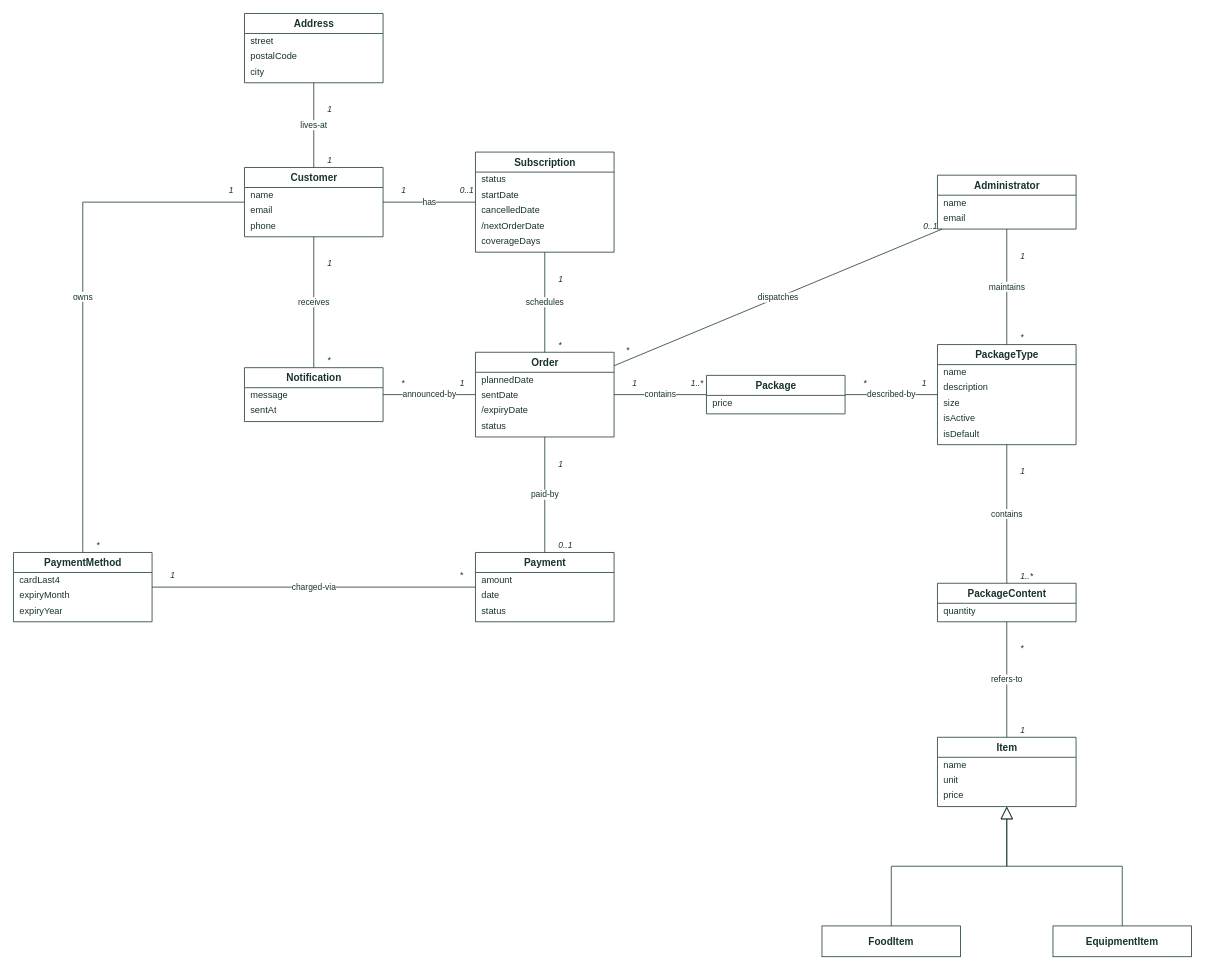
This is page "Domain model" (1 of 3) of docs/assets/drawio/domain-model.drawio from Mosekjaer/prepmeup, a draw.io file, before an edit. Source tidied: cells renumbered, new cells numbered last; positions are measured from the earlier drawing's top-left corner, leaving out a move shared by most shapes. Both pictures are drawn from the tidied source at 77%, with x=0, y=0 at pixel (13, 13).
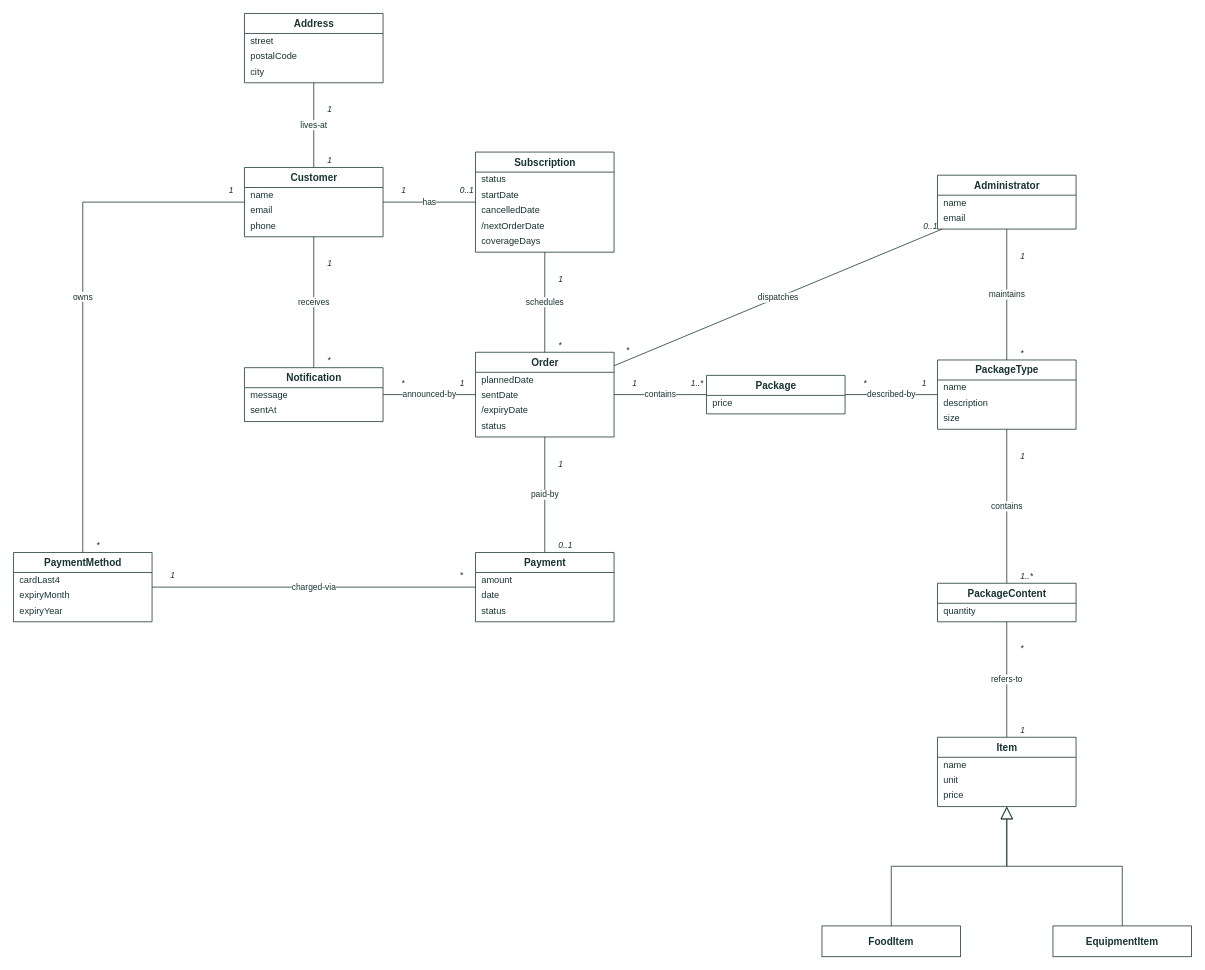
The same diagram, later.

Commit message (it also covers changes not shown here):
docs: drop isDefault and isActive from package types and items

A changed package type is created as a new package type instead of being deactivated. FR-15 is reworded to match.

The edit, as a diff of the source:
```diff
@@
     <mxCell id="29" value="PackageType" style="swimlane;fontStyle=1;horizontal=1;startSize=26;fillColor=#FFFFFF;swimlaneFillColor=#FFFFFF;strokeColor=#173330;fontColor=#173330;fontSize=13;html=1;" parent="1" vertex="1">
-      <mxGeometry x="1200" y="430" width="180" height="130" as="geometry" />
+      <mxGeometry x="1200" y="450" width="180" height="90" as="geometry" />
     </mxCell>
@@
-    <mxCell id="33" value="isActive" style="text;strokeColor=none;fillColor=none;align=left;verticalAlign=middle;spacingLeft=6;spacingRight=4;overflow=hidden;fontSize=12;html=1;fontColor=#173330;" parent="29" vertex="1">
-      <mxGeometry y="86" width="180" height="20" as="geometry" />
-    </mxCell>
-    <mxCell id="34" value="isDefault" style="text;strokeColor=none;fillColor=none;align=left;verticalAlign=middle;spacingLeft=6;spacingRight=4;overflow=hidden;fontSize=12;html=1;fontColor=#173330;" parent="29" vertex="1">
-      <mxGeometry y="106" width="180" height="20" as="geometry" />
-    </mxCell>
```
